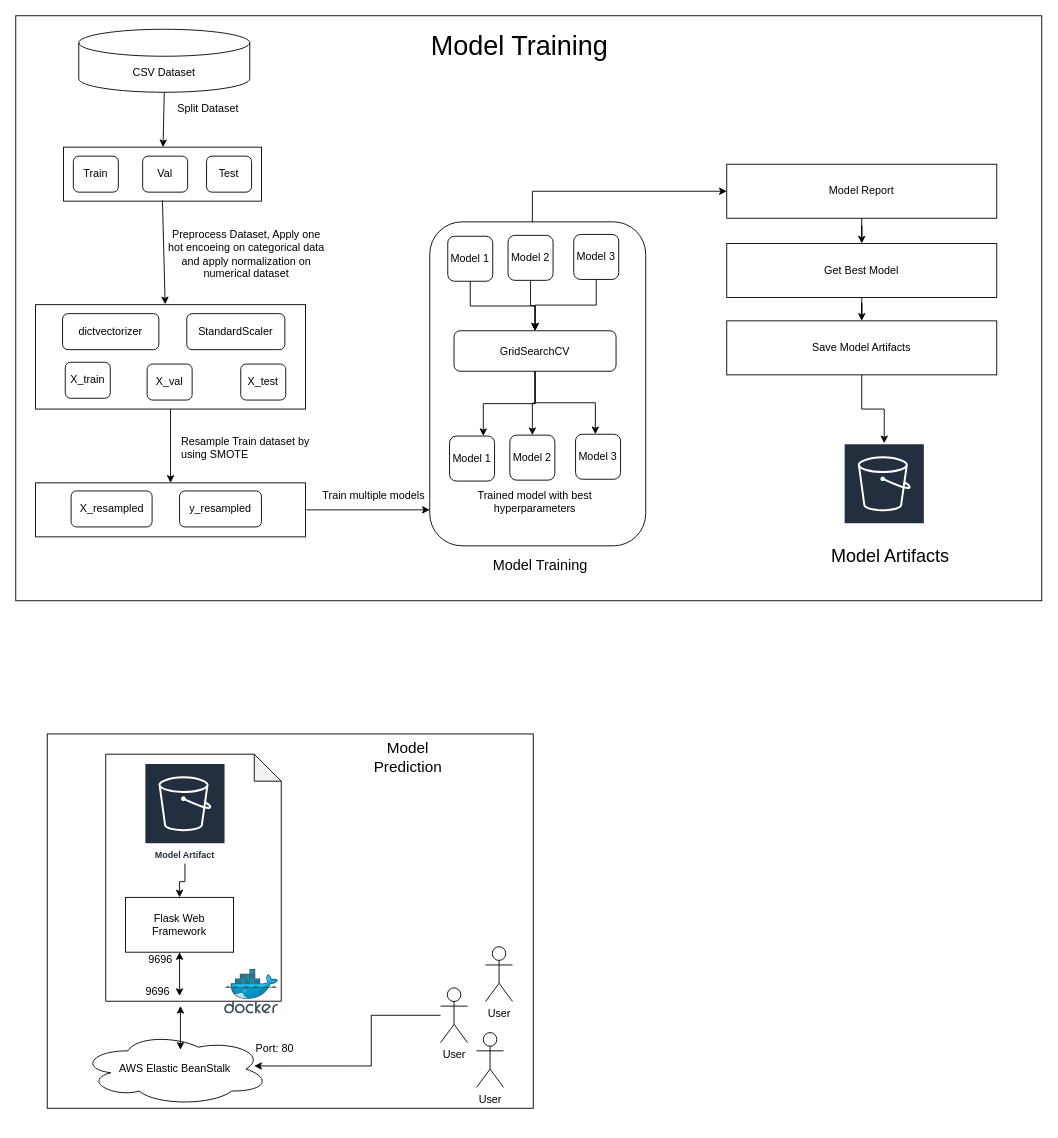
DineshChopra/ml-zoomcamp keeps this draw.io diagram as images/bank-term-prediction.drawio. Above is the earlier version. Source tidied: cells renumbered, new cells numbered last; positions are measured from the earlier drawing's top-left corner, leaving out a move shared by most shapes. Both pictures are drawn from the tidied source at 90%, with x=0, y=0 at pixel (15, 15). Pictures stored in the file or linked from it are replaced by grey dashed boxes.
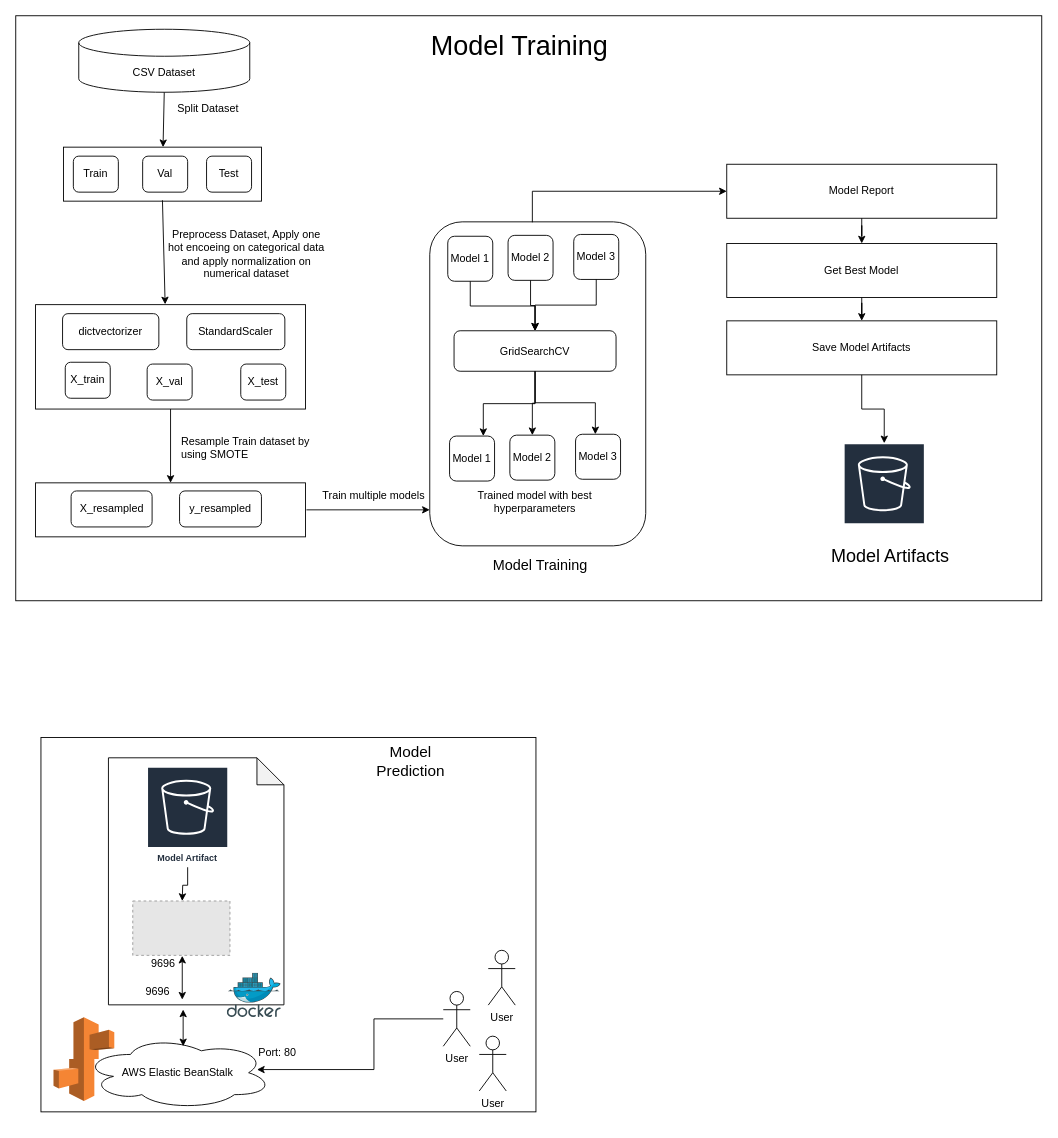
The same page after the edit.

The change refers to these unchanged cells:
```xml
<mxCell id="6" value="Model Artifact" style="sketch=0;outlineConnect=0;fontColor=#232F3E;gradientColor=none;strokeColor=#ffffff;fillColor=#232F3E;dashed=0;verticalLabelPosition=middle;verticalAlign=bottom;align=center;html=1;whiteSpace=wrap;fontSize=10;fontStyle=1;spacing=3;shape=mxgraph.aws4.productIcon;prIcon=mxgraph.aws4.s3;" parent="3" vertex="1">
  <mxGeometry x="108" y="35.5" width="90" height="111.6" as="geometry" />
</mxCell>
```

Change to the diagram source:
```diff
@@
     <mxCell id="2" style="group;" parent="1" vertex="1">
-      <mxGeometry x="35" y="804" width="540" height="421" as="geometry" />
+      <mxGeometry x="38" y="808" width="773" height="421" as="geometry" />
     </mxCell>
     <mxCell id="3" style="group;" parent="2" vertex="1">
-      <mxGeometry y="-9" width="540" height="421" as="geometry" />
+      <mxGeometry y="-9" width="773" height="421" as="geometry" />
     </mxCell>
     <mxCell id="4" style="rounded=0;whiteSpace=wrap;html=1;" parent="3" vertex="1">
-      <mxGeometry y="3" width="540" height="415.9" as="geometry" />
+      <mxGeometry x="-10" y="3" width="550" height="415.9" as="geometry" />
     </mxCell>
@@
-    <mxCell id="7" value="Flask Web Framework" style="rounded=0;whiteSpace=wrap;html=1;" parent="3" vertex="1">
-      <mxGeometry x="87" y="184.6" width="120" height="60.9" as="geometry" />
-    </mxCell>
-    <mxCell id="8" style="edgeStyle=orthogonalEdgeStyle;rounded=0;jettySize=auto;html=1;" parent="3" edge="1" source="6" target="7">
-      <mxGeometry relative="1" as="geometry" />
+    <mxCell id="8" style="edgeStyle=orthogonalEdgeStyle;rounded=0;jettySize=auto;html=1;" parent="3" edge="1" source="6">
+      <mxGeometry relative="1" as="geometry">
+        <mxPoint x="147" y="184.6" as="targetPoint" />
+      </mxGeometry>
     </mxCell>
@@
-    <mxCell id="10" style="endArrow=classic;startArrow=classic;html=1;rounded=0;entryX=0.5;entryY=1;entryDx=0;entryDy=0;exitX=0.5;exitY=1;exitDx=0;exitDy=0;" parent="3" edge="1" target="7">
+    <mxCell id="10" style="endArrow=classic;startArrow=classic;html=1;rounded=0;entryX=0.5;entryY=1;entryDx=0;entryDy=0;exitX=0.5;exitY=1;exitDx=0;exitDy=0;" parent="3" edge="1">
       <mxGeometry relative="1" as="geometry">
         <mxPoint x="147" y="294.2" as="sourcePoint" />
+        <mxPoint x="147" y="245.5" as="targetPoint" />
       </mxGeometry>
     </mxCell>
@@
+    <mxCell id="70" style="fillColor=#E6E6E6;strokeColor=#999999;dashed=1;verticalLabelPosition=bottom;labelBackgroundColor=default;verticalAlign=top;" parent="3" vertex="1">
+      <mxGeometry x="92" y="184.6" width="108" height="60.4" as="geometry" />
+    </mxCell>
+    <mxCell id="71" style="dashed=0;verticalLabelPosition=bottom;verticalAlign=top;align=center;html=1;shape=mxgraph.aws3.elastic_beanstalk;fillColor=#F58534;gradientColor=none;" parent="3" vertex="1">
+      <mxGeometry x="4" y="313.7" width="67.5" height="93" as="geometry" />
+    </mxCell>
-    <mxCell id="19" style="endArrow=classic;startArrow=classic;html=1;rounded=0;entryX=0.5;entryY=1;entryDx=0;entryDy=0;exitX=0.5;exitY=1;exitDx=0;exitDy=0;" parent="2" edge="1">
+    <mxCell id="19" style="endArrow=classic;startArrow=classic;html=1;rounded=0;entryX=0.5;entryY=1;entryDx=0;entryDy=0;" parent="2" edge="1">
       <mxGeometry relative="1" as="geometry">
-        <mxPoint x="148" y="344.9" as="sourcePoint" />
+        <mxPoint x="148" y="337" as="sourcePoint" />
         <mxPoint x="148" y="296.2" as="targetPoint" />
       </mxGeometry>
     </mxCell>
```
